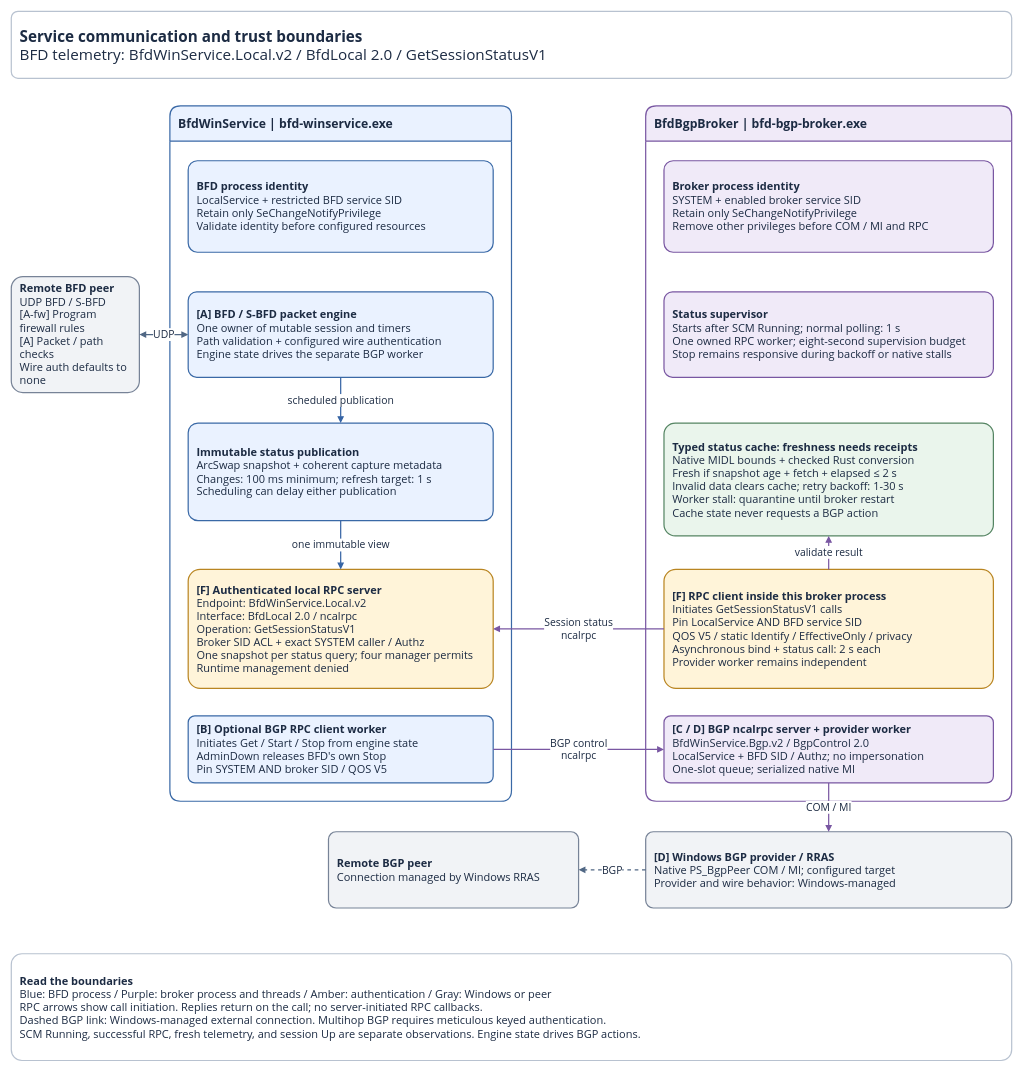
Before: page "1 Runtime boundaries" (1 of 3) of docs/service-communication.drawio in miketheitguy/bfd-winservice, a draw.io diagram. Source tidied: cells renumbered, new cells numbered last; positions are measured from the earlier drawing's top-left corner, leaving out a move shared by most shapes. Both pictures are drawn from the tidied source at 61%, with x=0, y=0 at pixel (11, 11).
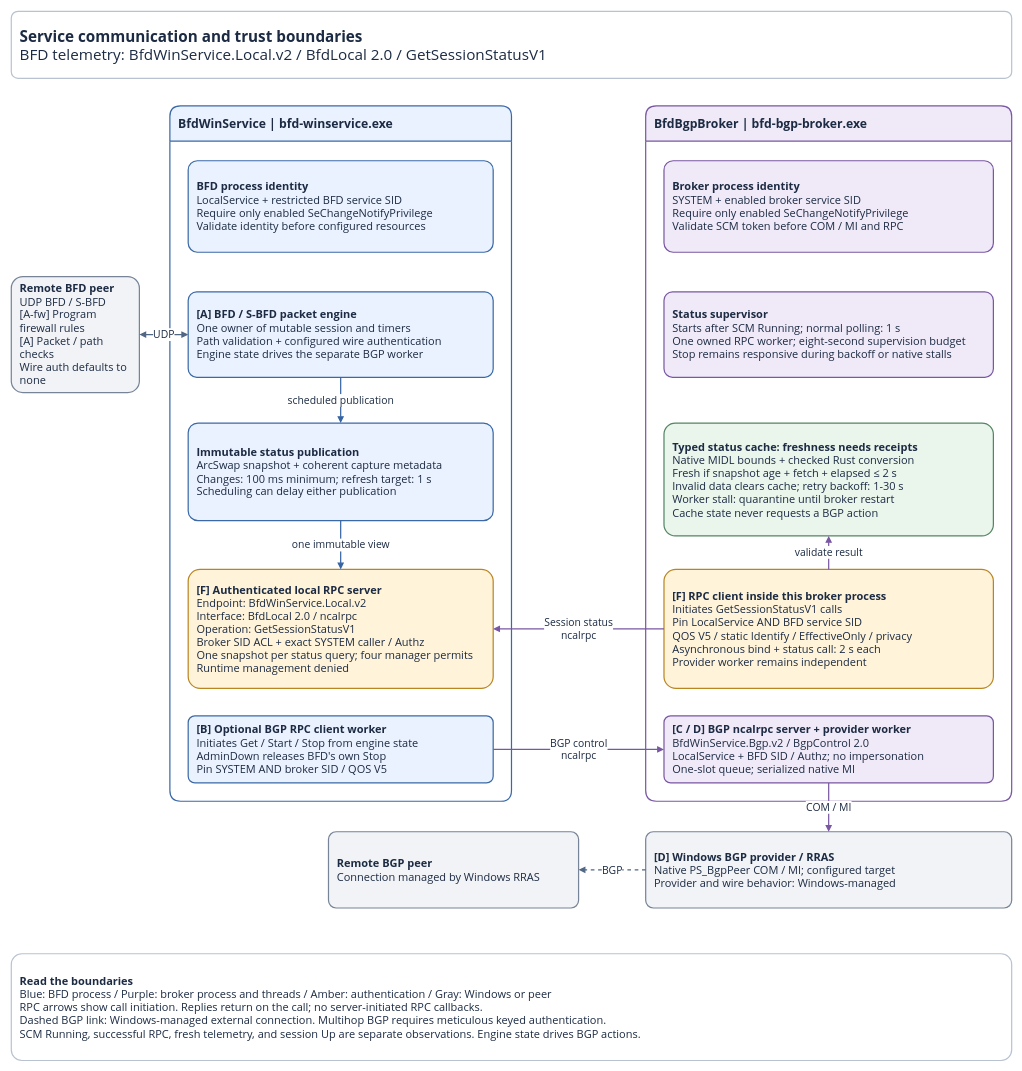
The same diagram, later.

Unchanged cells that the change refers to:
```xml
<mxCell id="3" value="&lt;b&gt;BfdWinService | bfd-winservice.exe&lt;/b&gt;" style="rounded=1;arcSize=10;whiteSpace=wrap;html=1;fillColor=#EAF2FF;strokeColor=#3A69A6;strokeWidth=2;fontFamily=Segoe UI;fontSize=20;fontColor=#1C2B43;spacing=14;align=left;verticalAlign=middle;shape=swimlane;startSize=58;horizontal=1;swimlaneLine=1;" parent="1" vertex="1">
  <mxGeometry x="260" y="155" width="560" height="1140" as="geometry" />
</mxCell>
<mxCell id="4" value="&lt;b&gt;BfdBgpBroker | bfd-bgp-broker.exe&lt;/b&gt;" style="rounded=1;arcSize=10;whiteSpace=wrap;html=1;fillColor=#F0EAF8;strokeColor=#7957A2;strokeWidth=2;fontFamily=Segoe UI;fontSize=20;fontColor=#1C2B43;spacing=14;align=left;verticalAlign=middle;shape=swimlane;startSize=58;horizontal=1;swimlaneLine=1;" parent="1" vertex="1">
  <mxGeometry x="1040" y="155" width="600" height="1140" as="geometry" />
</mxCell>
```

Diff of the diagram source:
```diff
@@
-    <mxCell id="5" value="&lt;b&gt;BFD process identity&lt;/b&gt;&lt;br&gt;LocalService + restricted BFD service SID&lt;br&gt;Retain only SeChangeNotifyPrivilege&lt;br&gt;Validate identity before configured resources" style="rounded=1;arcSize=10;whiteSpace=wrap;html=1;fillColor=#EAF2FF;strokeColor=#3A69A6;strokeWidth=2;fontFamily=Segoe UI;fontSize=18;fontColor=#1C2B43;spacing=14;align=left;verticalAlign=middle;" parent="3" vertex="1">
+    <mxCell id="5" value="&lt;b&gt;BFD process identity&lt;/b&gt;&lt;br&gt;LocalService + restricted BFD service SID&lt;br&gt;Require only enabled SeChangeNotifyPrivilege&lt;br&gt;Validate identity before configured resources" style="rounded=1;arcSize=10;whiteSpace=wrap;html=1;fillColor=#EAF2FF;strokeColor=#3A69A6;strokeWidth=2;fontFamily=Segoe UI;fontSize=18;fontColor=#1C2B43;spacing=14;align=left;verticalAlign=middle;" parent="3" vertex="1">
       <mxGeometry x="30" y="90" width="500" height="150" as="geometry" />
     </mxCell>
@@
-    <mxCell id="10" value="&lt;b&gt;Broker process identity&lt;/b&gt;&lt;br&gt;SYSTEM + enabled broker service SID&lt;br&gt;Retain only SeChangeNotifyPrivilege&lt;br&gt;Remove other privileges before COM / MI and RPC" style="rounded=1;arcSize=10;whiteSpace=wrap;html=1;fillColor=#F0EAF8;strokeColor=#7957A2;strokeWidth=2;fontFamily=Segoe UI;fontSize=18;fontColor=#1C2B43;spacing=14;align=left;verticalAlign=middle;" parent="4" vertex="1">
+    <mxCell id="10" value="&lt;b&gt;Broker process identity&lt;/b&gt;&lt;br&gt;SYSTEM + enabled broker service SID&lt;br&gt;Require only enabled SeChangeNotifyPrivilege&lt;br&gt;Validate SCM token before COM / MI and RPC" style="rounded=1;arcSize=10;whiteSpace=wrap;html=1;fillColor=#F0EAF8;strokeColor=#7957A2;strokeWidth=2;fontFamily=Segoe UI;fontSize=18;fontColor=#1C2B43;spacing=14;align=left;verticalAlign=middle;" parent="4" vertex="1">
       <mxGeometry x="30" y="90" width="540" height="150" as="geometry" />
     </mxCell>
```
